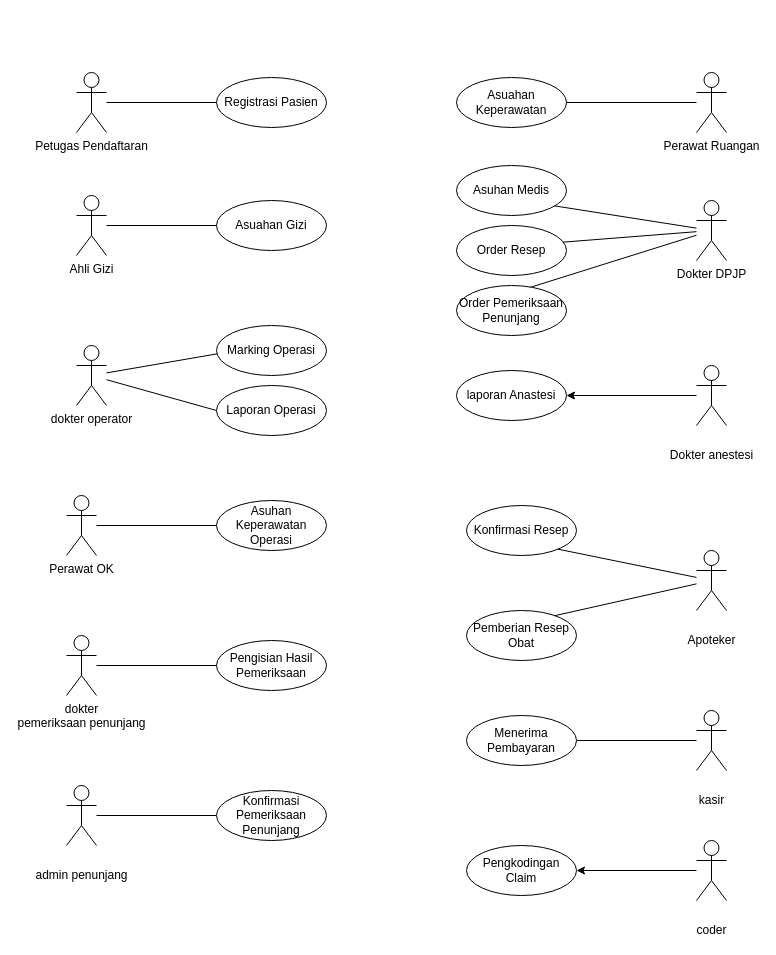
Earlier version of the draw.io diagram page "USE CASE" (1 of 2) of Untitled Diagram.drawio (ridho-darmawan/srs). Source tidied: cells renumbered, new cells numbered last; positions are measured from the earlier drawing's top-left corner, leaving out a move shared by most shapes. Both pictures are drawn from the tidied source at 100%, with x=0, y=0 at pixel (66, 72).
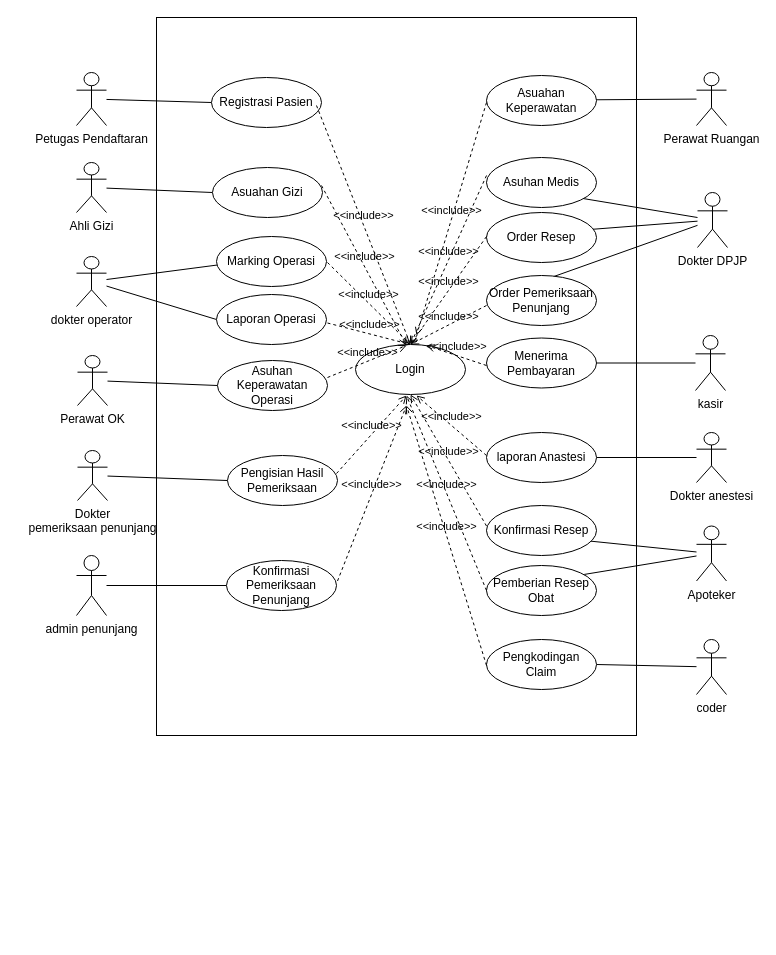
Above is the later version.

What changed in the source:
```diff
@@
+    <mxCell id="46" style="whiteSpace=wrap;html=1;align=center;newEdgeStyle={&quot;edgeStyle&quot;:&quot;elbowEdgeStyle&quot;,&quot;startArrow&quot;:&quot;none&quot;,&quot;endArrow&quot;:&quot;none&quot;};fillColor=none;overflow=hidden;" parent="1" vertex="1">
+      <mxGeometry x="90" y="-55" width="480" height="718" as="geometry" />
+    </mxCell>
     <mxCell id="3" value="Petugas Pendaftaran" style="shape=umlActor;verticalLabelPosition=bottom;verticalAlign=top;html=1;outlineConnect=0;" parent="1" vertex="1">
-      <mxGeometry x="10" width="30" height="60" as="geometry" />
+      <mxGeometry x="10" width="30" height="53" as="geometry" />
     </mxCell>
     <mxCell id="4" value="Registrasi Pasien" style="ellipse;whiteSpace=wrap;html=1;verticalAlign=middle;" parent="1" vertex="1">
-      <mxGeometry x="150" y="5" width="110" height="50" as="geometry" />
+      <mxGeometry x="145" y="5" width="110" height="50" as="geometry" />
     </mxCell>
@@
     <mxCell id="6" value="Perawat Ruangan" style="shape=umlActor;verticalLabelPosition=bottom;verticalAlign=top;html=1;outlineConnect=0;" parent="1" vertex="1">
-      <mxGeometry x="630" width="30" height="60" as="geometry" />
+      <mxGeometry x="630" width="30" height="53" as="geometry" />
     </mxCell>
     <mxCell id="7" value="Asuahan Keperawatan" style="ellipse;whiteSpace=wrap;html=1;verticalAlign=middle;" parent="1" vertex="1">
-      <mxGeometry x="390" y="5" width="110" height="50" as="geometry" />
+      <mxGeometry x="420" y="3" width="110" height="50" as="geometry" />
     </mxCell>
@@
     <mxCell id="11" value="Dokter DPJP" style="shape=umlActor;verticalLabelPosition=bottom;verticalAlign=top;html=1;outlineConnect=0;" parent="1" vertex="1">
-      <mxGeometry x="630" y="128" width="30" height="60" as="geometry" />
+      <mxGeometry x="631" y="120" width="30" height="55" as="geometry" />
     </mxCell>
     <mxCell id="12" value="Order Resep" style="ellipse;whiteSpace=wrap;html=1;verticalAlign=middle;" parent="1" vertex="1">
-      <mxGeometry x="390" y="153" width="110" height="50" as="geometry" />
+      <mxGeometry x="420" y="140" width="110" height="50" as="geometry" />
     </mxCell>
     <mxCell id="13" value="Asuhan Medis" style="ellipse;whiteSpace=wrap;html=1;verticalAlign=middle;" parent="1" vertex="1">
-      <mxGeometry x="390" y="93" width="110" height="50" as="geometry" />
+      <mxGeometry x="420" y="85" width="110" height="50" as="geometry" />
     </mxCell>
     <mxCell id="14" value="Order Pemeriksaan Penunjang" style="ellipse;whiteSpace=wrap;html=1;verticalAlign=middle;" parent="1" vertex="1">
-      <mxGeometry x="390" y="213" width="110" height="50" as="geometry" />
+      <mxGeometry x="420" y="203" width="110" height="50" as="geometry" />
     </mxCell>
@@
     <mxCell id="16" value="Ahli Gizi" style="shape=umlActor;verticalLabelPosition=bottom;verticalAlign=top;html=1;outlineConnect=0;" parent="1" vertex="1">
-      <mxGeometry x="10" y="123" width="30" height="60" as="geometry" />
+      <mxGeometry x="10" y="90" width="30" height="50" as="geometry" />
     </mxCell>
     <mxCell id="17" value="Asuahan Gizi" style="ellipse;whiteSpace=wrap;html=1;verticalAlign=middle;" parent="1" vertex="1">
-      <mxGeometry x="150" y="128" width="110" height="50" as="geometry" />
+      <mxGeometry x="146" y="95" width="110" height="50" as="geometry" />
     </mxCell>
@@
     <mxCell id="19" value="Perawat OK" style="shape=umlActor;verticalLabelPosition=bottom;verticalAlign=top;html=1;outlineConnect=0;" parent="1" vertex="1">
-      <mxGeometry y="423" width="30" height="60" as="geometry" />
+      <mxGeometry x="11" y="283" width="30" height="50" as="geometry" />
     </mxCell>
     <mxCell id="20" value="Asuhan Keperawatan Operasi" style="ellipse;whiteSpace=wrap;html=1;verticalAlign=middle;" parent="1" vertex="1">
-      <mxGeometry x="150" y="428" width="110" height="50" as="geometry" />
+      <mxGeometry x="151" y="288" width="110" height="50" as="geometry" />
     </mxCell>
-    <mxCell id="21" style="edgeStyle=orthogonalEdgeStyle;rounded=0;jettySize=auto;html=1;entryX=1;entryY=0.5;entryDx=0;entryDy=0;" parent="1" edge="1" source="22" target="23">
+    <mxCell id="21" style="rounded=0;jettySize=auto;html=1;entryX=1;entryY=0.5;entryDx=0;entryDy=0;endArrow=none;endFill=0;" parent="1" edge="1" source="22" target="23">
       <mxGeometry relative="1" as="geometry" />
     </mxCell>
-    <mxCell id="22" value="Dokter anestesi" style="shape=umlActor;verticalLabelPosition=bottom;verticalAlign=middle;html=1;outlineConnect=0;" parent="1" vertex="1">
-      <mxGeometry x="630" y="293" width="30" height="60" as="geometry" />
+    <mxCell id="22" value="Dokter anestesi" style="shape=umlActor;verticalLabelPosition=bottom;verticalAlign=top;html=1;outlineConnect=0;" parent="1" vertex="1">
+      <mxGeometry x="630" y="360" width="30" height="50" as="geometry" />
     </mxCell>
     <mxCell id="23" value="laporan Anastesi" style="ellipse;whiteSpace=wrap;html=1;verticalAlign=middle;" parent="1" vertex="1">
-      <mxGeometry x="390" y="298" width="110" height="50" as="geometry" />
+      <mxGeometry x="420" y="360" width="110" height="50" as="geometry" />
     </mxCell>
@@
-    <mxCell id="25" value="dokter &lt;br&gt;pemeriksaan penunjang" style="shape=umlActor;verticalLabelPosition=bottom;verticalAlign=top;html=1;outlineConnect=0;" parent="1" vertex="1">
-      <mxGeometry y="563" width="30" height="60" as="geometry" />
+    <mxCell id="25" value="Dokter &lt;br&gt;pemeriksaan penunjang" style="shape=umlActor;verticalLabelPosition=bottom;verticalAlign=top;html=1;outlineConnect=0;" parent="1" vertex="1">
+      <mxGeometry x="11" y="378" width="30" height="50" as="geometry" />
     </mxCell>
     <mxCell id="26" value="Pengisian Hasil Pemeriksaan" style="ellipse;whiteSpace=wrap;html=1;verticalAlign=middle;" parent="1" vertex="1">
-      <mxGeometry x="150" y="568" width="110" height="50" as="geometry" />
+      <mxGeometry x="161" y="383" width="110" height="50" as="geometry" />
     </mxCell>
@@
-    <mxCell id="28" value="admin penunjang" style="shape=umlActor;verticalLabelPosition=bottom;verticalAlign=middle;html=1;outlineConnect=0;" parent="1" vertex="1">
-      <mxGeometry y="713" width="30" height="60" as="geometry" />
+    <mxCell id="28" value="admin penunjang" style="shape=umlActor;verticalLabelPosition=bottom;verticalAlign=top;html=1;outlineConnect=0;" parent="1" vertex="1">
+      <mxGeometry x="10" y="483" width="30" height="60" as="geometry" />
     </mxCell>
     <mxCell id="29" value="Konfirmasi Pemeriksaan Penunjang" style="ellipse;whiteSpace=wrap;html=1;verticalAlign=middle;" parent="1" vertex="1">
-      <mxGeometry x="150" y="718" width="110" height="50" as="geometry" />
+      <mxGeometry x="160" y="488" width="110" height="50" as="geometry" />
     </mxCell>
@@
-    <mxCell id="32" value="Apoteker" style="shape=umlActor;verticalLabelPosition=bottom;verticalAlign=middle;html=1;outlineConnect=0;" parent="1" vertex="1">
-      <mxGeometry x="630" y="478" width="30" height="60" as="geometry" />
+    <mxCell id="32" value="Apoteker" style="shape=umlActor;verticalLabelPosition=bottom;verticalAlign=top;html=1;outlineConnect=0;" parent="1" vertex="1">
+      <mxGeometry x="630" y="453.5" width="30" height="55" as="geometry" />
     </mxCell>
     <mxCell id="33" value="Pemberian Resep Obat" style="ellipse;whiteSpace=wrap;html=1;verticalAlign=middle;" parent="1" vertex="1">
-      <mxGeometry x="400" y="538" width="110" height="50" as="geometry" />
+      <mxGeometry x="420" y="493" width="110" height="50" as="geometry" />
     </mxCell>
     <mxCell id="34" value="Konfirmasi Resep" style="ellipse;whiteSpace=wrap;html=1;verticalAlign=middle;" parent="1" vertex="1">
-      <mxGeometry x="400" y="433" width="110" height="50" as="geometry" />
+      <mxGeometry x="420" y="433" width="110" height="50" as="geometry" />
     </mxCell>
@@
-    <mxCell id="36" value="kasir" style="shape=umlActor;verticalLabelPosition=bottom;verticalAlign=middle;html=1;outlineConnect=0;" parent="1" vertex="1">
-      <mxGeometry x="630" y="638" width="30" height="60" as="geometry" />
+    <mxCell id="36" value="kasir" style="shape=umlActor;verticalLabelPosition=bottom;verticalAlign=top;html=1;outlineConnect=0;" parent="1" vertex="1">
+      <mxGeometry x="629" y="263" width="30" height="55" as="geometry" />
     </mxCell>
     <mxCell id="37" value="Menerima Pembayaran" style="ellipse;whiteSpace=wrap;html=1;verticalAlign=middle;" parent="1" vertex="1">
-      <mxGeometry x="400" y="643" width="110" height="50" as="geometry" />
+      <mxGeometry x="420" y="265.5" width="110" height="50" as="geometry" />
     </mxCell>
-    <mxCell id="38" style="edgeStyle=orthogonalEdgeStyle;rounded=0;jettySize=auto;html=1;entryX=1;entryY=0.5;entryDx=0;entryDy=0;" parent="1" edge="1" source="39" target="40">
+    <mxCell id="38" style="rounded=0;jettySize=auto;html=1;entryX=1;entryY=0.5;entryDx=0;entryDy=0;endArrow=none;endFill=0;" parent="1" edge="1" source="39" target="40">
       <mxGeometry relative="1" as="geometry" />
     </mxCell>
-    <mxCell id="39" value="coder" style="shape=umlActor;verticalLabelPosition=bottom;verticalAlign=middle;html=1;outlineConnect=0;" parent="1" vertex="1">
-      <mxGeometry x="630" y="768" width="30" height="60" as="geometry" />
+    <mxCell id="39" value="coder" style="shape=umlActor;verticalLabelPosition=bottom;verticalAlign=top;html=1;outlineConnect=0;" parent="1" vertex="1">
+      <mxGeometry x="630" y="567" width="30" height="55" as="geometry" />
     </mxCell>
     <mxCell id="40" value="Pengkodingan Claim" style="ellipse;whiteSpace=wrap;html=1;verticalAlign=middle;" parent="1" vertex="1">
-      <mxGeometry x="400" y="773" width="110" height="50" as="geometry" />
+      <mxGeometry x="420" y="567" width="110" height="50" as="geometry" />
     </mxCell>
     <mxCell id="41" style="rounded=0;jettySize=auto;html=1;entryX=0;entryY=0.5;entryDx=0;entryDy=0;endArrow=none;endFill=0;verticalAlign=middle;" parent="1" edge="1" source="43">
       <mxGeometry relative="1" as="geometry">
-        <mxPoint x="170" y="278" as="targetPoint" />
+        <mxPoint x="170" y="190" as="targetPoint" />
       </mxGeometry>
     </mxCell>
@@
     <mxCell id="43" value="dokter operator" style="shape=umlActor;verticalLabelPosition=bottom;verticalAlign=top;html=1;outlineConnect=0;" parent="1" vertex="1">
-      <mxGeometry x="10" y="273" width="30" height="60" as="geometry" />
+      <mxGeometry x="10" y="184" width="30" height="50" as="geometry" />
     </mxCell>
     <mxCell id="44" value="Laporan Operasi" style="ellipse;whiteSpace=wrap;html=1;verticalAlign=middle;" parent="1" vertex="1">
-      <mxGeometry x="150" y="313" width="110" height="50" as="geometry" />
+      <mxGeometry x="150" y="222" width="110" height="50" as="geometry" />
     </mxCell>
     <mxCell id="45" value="Marking Operasi" style="ellipse;whiteSpace=wrap;html=1;verticalAlign=middle;" parent="1" vertex="1">
-      <mxGeometry x="150" y="253" width="110" height="50" as="geometry" />
+      <mxGeometry x="150" y="164" width="110" height="50" as="geometry" />
     </mxCell>
+    <mxCell id="47" value="Login" style="ellipse;whiteSpace=wrap;html=1;verticalAlign=middle;" parent="1" vertex="1">
+      <mxGeometry x="289" y="272" width="110" height="50" as="geometry" />
+    </mxCell>
+    <mxCell id="48" value="&amp;lt;&amp;lt;include&amp;gt;&amp;gt;" style="html=1;verticalAlign=bottom;labelBackgroundColor=none;endArrow=open;endFill=0;dashed=1;rounded=0;entryX=0.5;entryY=0;entryDx=0;entryDy=0;" parent="1" edge="1" target="47">
+      <mxGeometry relative="1" as="geometry">
+        <mxPoint x="250" y="33" as="sourcePoint" />
+      </mxGeometry>
+    </mxCell>
+    <mxCell id="49" value="&amp;lt;&amp;lt;include&amp;gt;&amp;gt;" style="html=1;verticalAlign=bottom;labelBackgroundColor=none;endArrow=open;endFill=0;dashed=1;rounded=0;" parent="1" edge="1">
+      <mxGeometry relative="1" as="geometry">
+        <mxPoint x="255" y="113" as="sourcePoint" />
+        <mxPoint x="340" y="273" as="targetPoint" />
+      </mxGeometry>
+    </mxCell>
+    <mxCell id="50" value="&amp;lt;&amp;lt;include&amp;gt;&amp;gt;" style="html=1;verticalAlign=bottom;labelBackgroundColor=none;endArrow=open;endFill=0;dashed=1;rounded=0;" parent="1" edge="1">
+      <mxGeometry relative="1" as="geometry">
+        <mxPoint x="420" y="593" as="sourcePoint" />
+        <mxPoint x="340" y="333" as="targetPoint" />
+      </mxGeometry>
+    </mxCell>
+    <mxCell id="51" value="&amp;lt;&amp;lt;include&amp;gt;&amp;gt;" style="html=1;verticalAlign=bottom;labelBackgroundColor=none;endArrow=open;endFill=0;dashed=1;rounded=0;" parent="1" edge="1">
+      <mxGeometry relative="1" as="geometry">
+        <mxPoint x="271" y="508.5" as="sourcePoint" />
+        <mxPoint x="340" y="333" as="targetPoint" />
+      </mxGeometry>
+    </mxCell>
+    <mxCell id="52" value="&amp;lt;&amp;lt;include&amp;gt;&amp;gt;" style="html=1;verticalAlign=bottom;labelBackgroundColor=none;endArrow=open;endFill=0;dashed=1;rounded=0;" parent="1" edge="1">
+      <mxGeometry relative="1" as="geometry">
+        <mxPoint x="270" y="401" as="sourcePoint" />
+        <mxPoint x="340" y="323" as="targetPoint" />
+      </mxGeometry>
+    </mxCell>
+    <mxCell id="53" value="&amp;lt;&amp;lt;include&amp;gt;&amp;gt;" style="html=1;verticalAlign=bottom;labelBackgroundColor=none;endArrow=open;endFill=0;dashed=1;rounded=0;" parent="1" edge="1">
+      <mxGeometry relative="1" as="geometry">
+        <mxPoint x="261" y="305" as="sourcePoint" />
+        <mxPoint x="340" y="273" as="targetPoint" />
+      </mxGeometry>
+    </mxCell>
+    <mxCell id="54" value="&amp;lt;&amp;lt;include&amp;gt;&amp;gt;" style="html=1;verticalAlign=bottom;labelBackgroundColor=none;endArrow=open;endFill=0;dashed=1;rounded=0;entryX=0.5;entryY=0;entryDx=0;entryDy=0;" parent="1" edge="1" target="47">
+      <mxGeometry relative="1" as="geometry">
+        <mxPoint x="261" y="250.5" as="sourcePoint" />
+      </mxGeometry>
+    </mxCell>
+    <mxCell id="55" value="&amp;lt;&amp;lt;include&amp;gt;&amp;gt;" style="html=1;verticalAlign=bottom;labelBackgroundColor=none;endArrow=open;endFill=0;dashed=1;rounded=0;entryX=0.5;entryY=0;entryDx=0;entryDy=0;" parent="1" edge="1" target="47">
+      <mxGeometry relative="1" as="geometry">
+        <mxPoint x="261" y="190" as="sourcePoint" />
+      </mxGeometry>
+    </mxCell>
+    <mxCell id="56" value="&amp;lt;&amp;lt;include&amp;gt;&amp;gt;" style="html=1;verticalAlign=bottom;labelBackgroundColor=none;endArrow=open;endFill=0;dashed=1;rounded=0;entryX=0.5;entryY=0;entryDx=0;entryDy=0;" parent="1" edge="1" target="47">
+      <mxGeometry relative="1" as="geometry">
+        <mxPoint x="420" y="103" as="sourcePoint" />
+      </mxGeometry>
+    </mxCell>
+    <mxCell id="57" value="&amp;lt;&amp;lt;include&amp;gt;&amp;gt;" style="html=1;verticalAlign=bottom;labelBackgroundColor=none;endArrow=open;endFill=0;dashed=1;rounded=0;" parent="1" edge="1">
+      <mxGeometry relative="1" as="geometry">
+        <mxPoint x="420" y="30" as="sourcePoint" />
+        <mxPoint x="350" y="263" as="targetPoint" />
+      </mxGeometry>
+    </mxCell>
+    <mxCell id="58" value="&amp;lt;&amp;lt;include&amp;gt;&amp;gt;" style="html=1;verticalAlign=bottom;labelBackgroundColor=none;endArrow=open;endFill=0;dashed=1;rounded=0;" parent="1" edge="1">
+      <mxGeometry relative="1" as="geometry">
+        <mxPoint x="420" y="518" as="sourcePoint" />
+        <mxPoint x="340" y="323" as="targetPoint" />
+      </mxGeometry>
+    </mxCell>
+    <mxCell id="59" value="&amp;lt;&amp;lt;include&amp;gt;&amp;gt;" style="html=1;verticalAlign=bottom;labelBackgroundColor=none;endArrow=open;endFill=0;dashed=1;rounded=0;" parent="1" edge="1">
+      <mxGeometry relative="1" as="geometry">
+        <mxPoint x="420" y="383" as="sourcePoint" />
+        <mxPoint x="350" y="323" as="targetPoint" />
+      </mxGeometry>
+    </mxCell>
+    <mxCell id="60" value="&amp;lt;&amp;lt;include&amp;gt;&amp;gt;" style="html=1;verticalAlign=bottom;labelBackgroundColor=none;endArrow=open;endFill=0;dashed=1;rounded=0;entryX=0.5;entryY=1;entryDx=0;entryDy=0;" parent="1" edge="1" target="47">
+      <mxGeometry relative="1" as="geometry">
+        <mxPoint x="420" y="453.5" as="sourcePoint" />
+      </mxGeometry>
+    </mxCell>
+    <mxCell id="61" value="&amp;lt;&amp;lt;include&amp;gt;&amp;gt;" style="html=1;verticalAlign=bottom;labelBackgroundColor=none;endArrow=open;endFill=0;dashed=1;rounded=0;entryX=0.5;entryY=0;entryDx=0;entryDy=0;" parent="1" edge="1" target="47">
+      <mxGeometry relative="1" as="geometry">
+        <mxPoint x="420" y="233" as="sourcePoint" />
+      </mxGeometry>
+    </mxCell>
+    <mxCell id="62" value="&amp;lt;&amp;lt;include&amp;gt;&amp;gt;" style="html=1;verticalAlign=bottom;labelBackgroundColor=none;endArrow=open;endFill=0;dashed=1;rounded=0;entryX=0.5;entryY=0;entryDx=0;entryDy=0;" parent="1" edge="1" target="47">
+      <mxGeometry relative="1" as="geometry">
+        <mxPoint x="420" y="164" as="sourcePoint" />
+      </mxGeometry>
+    </mxCell>
+    <mxCell id="63" value="&amp;lt;&amp;lt;include&amp;gt;&amp;gt;" style="html=1;verticalAlign=bottom;labelBackgroundColor=none;endArrow=open;endFill=0;dashed=1;rounded=0;" parent="1" edge="1">
+      <mxGeometry relative="1" as="geometry">
+        <mxPoint x="420" y="293" as="sourcePoint" />
+        <mxPoint x="360" y="273" as="targetPoint" />
+      </mxGeometry>
+    </mxCell>
```
